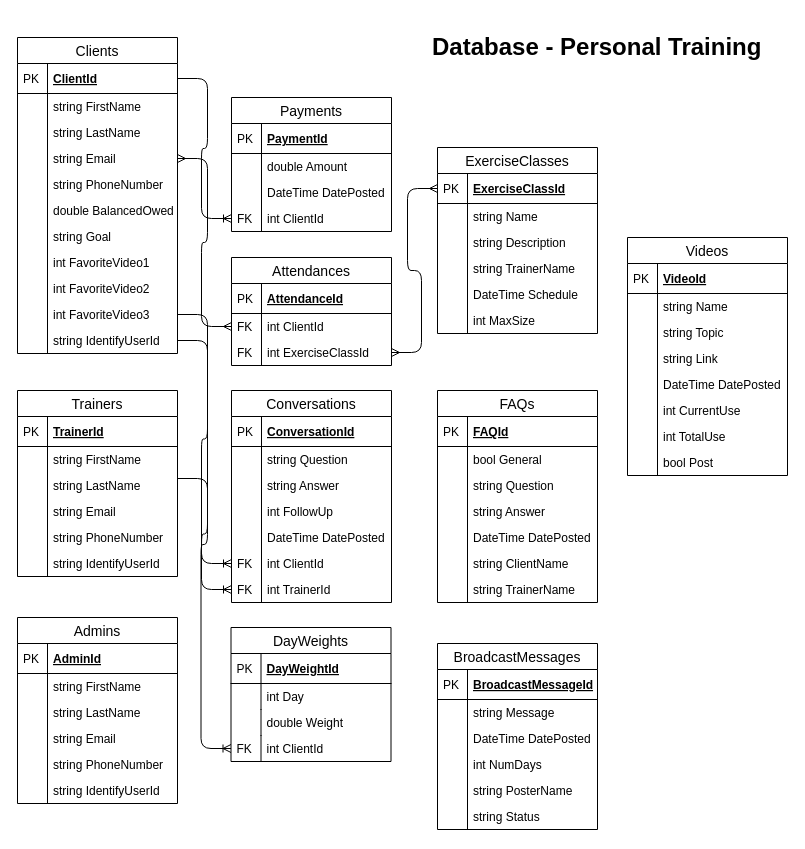
Before: page "Database" (2 of 2) of Documentation/EntityRelationshipDiagram.drawio in Randall-Gray/PersonalTraining, a draw.io diagram. Source tidied: cells renumbered, new cells numbered last; positions are measured from the earlier drawing's top-left corner, leaving out a move shared by most shapes. Both pictures are drawn from the tidied source at 100%, with x=0, y=0 at pixel (17, 27).
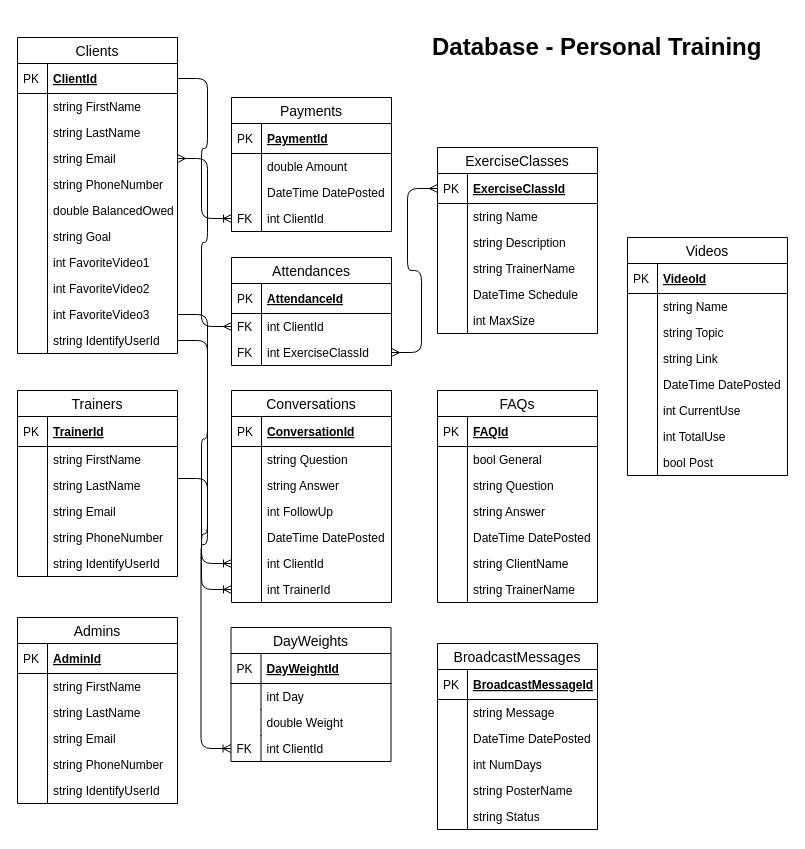
The same diagram, later.

Commit message:
ER diagram updated.  Removed FK for conversations.

Unchanged cells that the change refers to:
```xml
<mxCell id="47" value="int ClientId" style="shape=partialRectangle;top=0;left=0;right=0;bottom=0;align=left;verticalAlign=top;fillColor=none;spacingLeft=34;spacingRight=4;overflow=hidden;points=[[0,0.5],[1,0.5]];portConstraint=eastwest;fontSize=12;" parent="36" vertex="1">
  <mxGeometry y="160" width="160" height="26" as="geometry" />
</mxCell>
<mxCell id="49" value="int TrainerId" style="shape=partialRectangle;top=0;left=0;right=0;bottom=0;align=left;verticalAlign=top;fillColor=none;spacingLeft=34;spacingRight=4;overflow=hidden;points=[[0,0.5],[1,0.5]];portConstraint=eastwest;fontSize=12;" parent="36" vertex="1">
  <mxGeometry y="186" width="160" height="26" as="geometry" />
</mxCell>
```

What changed in the source:
```diff
@@
-    <mxCell id="48" value="FK" style="shape=partialRectangle;top=0;left=0;bottom=0;fillColor=none;align=left;verticalAlign=top;spacingLeft=4;spacingRight=4;overflow=hidden;fontSize=12;" parent="47" vertex="1">
+    <mxCell id="48" style="shape=partialRectangle;top=0;left=0;bottom=0;fillColor=none;align=left;verticalAlign=top;spacingLeft=4;spacingRight=4;overflow=hidden;fontSize=12;" parent="47" vertex="1">
       <mxGeometry width="30" height="26" as="geometry" />
     </mxCell>
@@
-    <mxCell id="50" value="FK" style="shape=partialRectangle;top=0;left=0;bottom=0;fillColor=none;align=left;verticalAlign=top;spacingLeft=4;spacingRight=4;overflow=hidden;fontSize=12;" parent="49" vertex="1">
+    <mxCell id="50" style="shape=partialRectangle;top=0;left=0;bottom=0;fillColor=none;align=left;verticalAlign=top;spacingLeft=4;spacingRight=4;overflow=hidden;fontSize=12;" parent="49" vertex="1">
       <mxGeometry width="30" height="26" as="geometry" />
     </mxCell>
```
